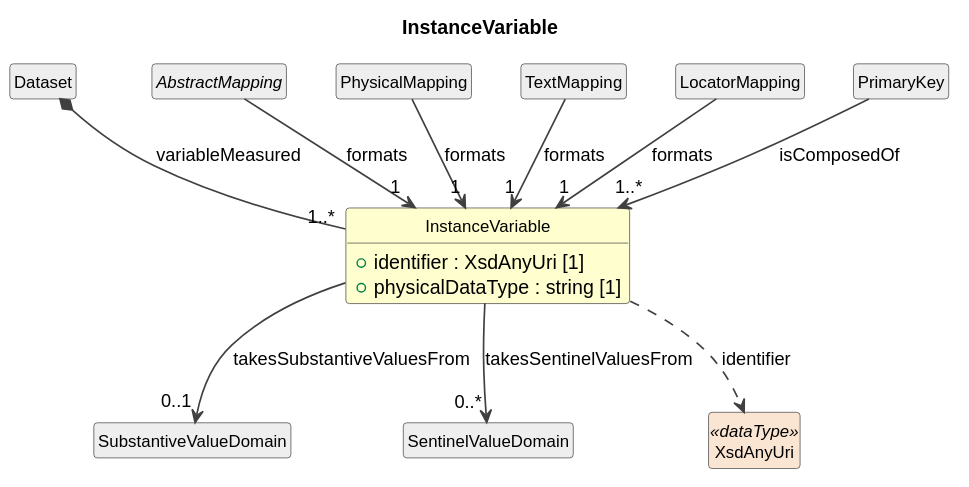
This is cdif-uml-model/_plantuml/dataDescriptionWithStructure/Classes/InstanceVariable.svg from Cross-Domain-Interoperability-Framework/metadataBuildingBlocks, a PlantUML export, as it was before one commit. The source it was exported from:
```plantuml
@startuml
title InstanceVariable
hide circle
hide empty members
skinparam shadowing false
skinparam ArrowThickness 1.2
skinparam class {
  ArrowColor #404040
  BorderColor #404040
  FontSize 12
}

class "InstanceVariable" as InstanceVariable #FEFECE {
  +identifier : XsdAnyUri [1]
  +physicalDataType : string [1]
}
class "Dataset" as Dataset #EEEEEE
Dataset *-- "1..*" InstanceVariable : variableMeasured
class "SubstantiveValueDomain" as SubstantiveValueDomain #EEEEEE
InstanceVariable --> "0..1" SubstantiveValueDomain : takesSubstantiveValuesFrom
class "SentinelValueDomain" as SentinelValueDomain #EEEEEE
InstanceVariable --> "0..*" SentinelValueDomain : takesSentinelValuesFrom
abstract class "AbstractMapping" as AbstractMapping #EEEEEE
AbstractMapping --> "1" InstanceVariable : formats
class "PhysicalMapping" as PhysicalMapping #EEEEEE
PhysicalMapping --> "1" InstanceVariable : formats
class "TextMapping" as TextMapping #EEEEEE
TextMapping --> "1" InstanceVariable : formats
class "LocatorMapping" as LocatorMapping #EEEEEE
LocatorMapping --> "1" InstanceVariable : formats
class "PrimaryKey" as PrimaryKey #EEEEEE
PrimaryKey --> "1..*" InstanceVariable : isComposedOf
class "XsdAnyUri" as XsdAnyUri <<dataType>> #FAE5D3
InstanceVariable ..> XsdAnyUri : identifier
@enduml
```
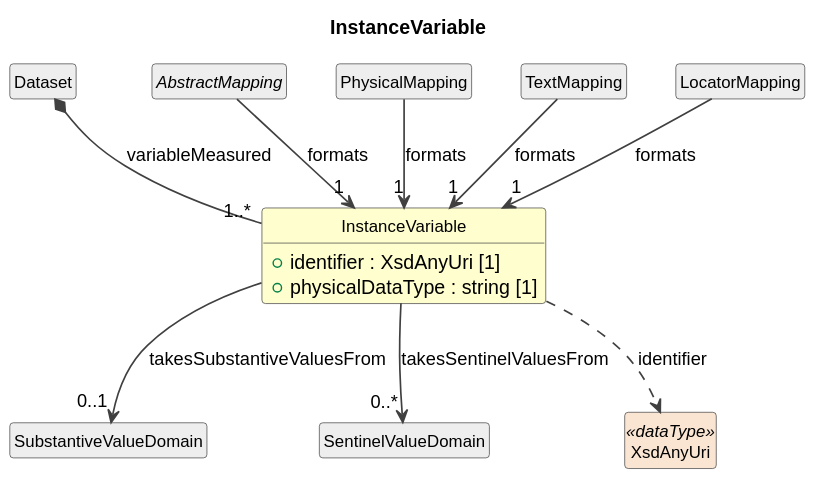
After the change.

Diff of the diagram source:
```diff
@@ -28,8 +28,6 @@
 TextMapping --> "1" InstanceVariable : formats
 class "LocatorMapping" as LocatorMapping #EEEEEE
 LocatorMapping --> "1" InstanceVariable : formats
-class "PrimaryKey" as PrimaryKey #EEEEEE
-PrimaryKey --> "1..*" InstanceVariable : isComposedOf
 class "XsdAnyUri" as XsdAnyUri <<dataType>> #FAE5D3
 InstanceVariable ..> XsdAnyUri : identifier
 @enduml
```
